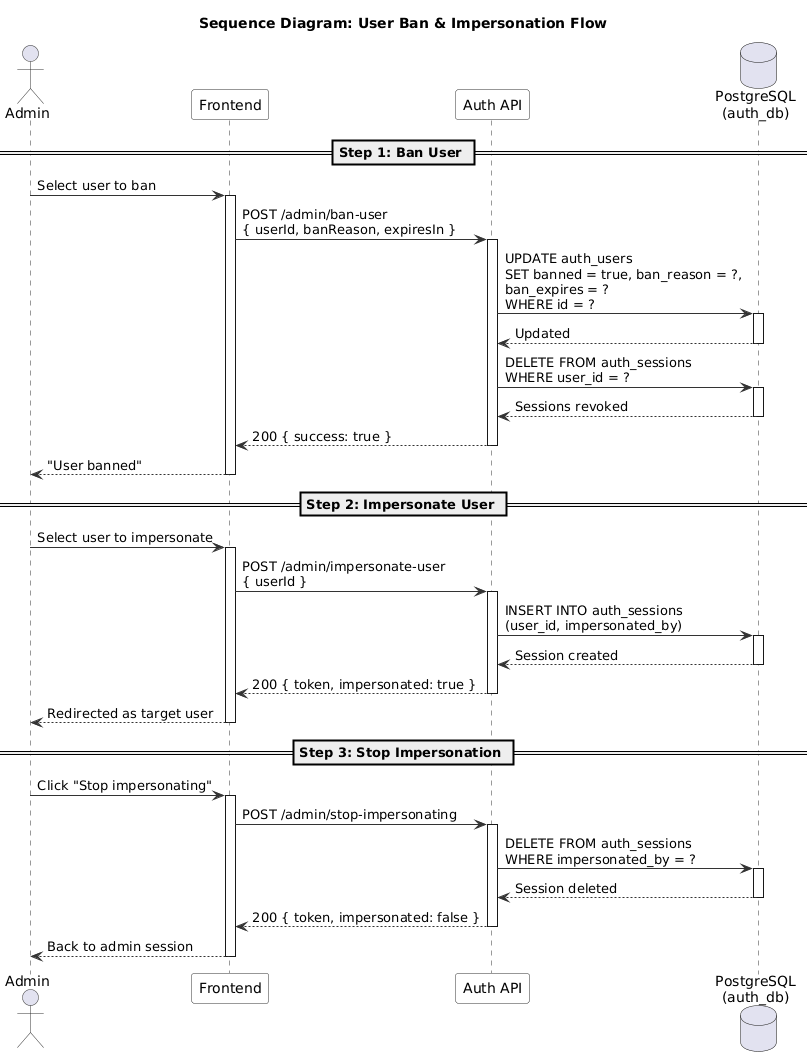
Earlier version of the PlantUML export modules/auth/images/sequence/ban-impersonate-sequence.png (namnh240795/document). Source of this version:
```plantuml
@startuml

skinparam sequence {
  ArrowColor #333333
  ActorBorderColor #333333
  LifeLineBorderColor #333333
  ParticipantBackgroundColor #F8F8F8
  ParticipantBorderColor #333333
}

title Sequence Diagram: User Ban & Impersonation Flow

actor Admin
participant "Frontend" as FE
participant "Auth API" as API
database "PostgreSQL\n(auth_db)" as DB

== Step 1: Ban User ==

Admin -> FE : Select user to ban
activate FE

FE -> API : POST /admin/ban-user\n{ userId, banReason, expiresIn }
activate API

API -> DB : UPDATE auth_users\nSET banned = true, ban_reason = ?,\nban_expires = ?\nWHERE id = ?
activate DB
DB --> API : Updated
deactivate DB

API -> DB : DELETE FROM auth_sessions\nWHERE user_id = ?
activate DB
DB --> API : Sessions revoked
deactivate DB

API --> FE : 200 { success: true }
deactivate API

FE --> Admin : "User banned"
deactivate FE

== Step 2: Impersonate User ==

Admin -> FE : Select user to impersonate
activate FE

FE -> API : POST /admin/impersonate-user\n{ userId }
activate API

API -> DB : INSERT INTO auth_sessions\n(user_id, impersonated_by)
activate DB
DB --> API : Session created
deactivate DB

API --> FE : 200 { token, impersonated: true }
deactivate API

FE --> Admin : Redirected as target user
deactivate FE

== Step 3: Stop Impersonation ==

Admin -> FE : Click "Stop impersonating"
activate FE

FE -> API : POST /admin/stop-impersonating
activate API

API -> DB : DELETE FROM auth_sessions\nWHERE impersonated_by = ?
activate DB
DB --> API : Session deleted
deactivate DB

API --> FE : 200 { token, impersonated: false }
deactivate API

FE --> Admin : Back to admin session
deactivate FE

@enduml
```
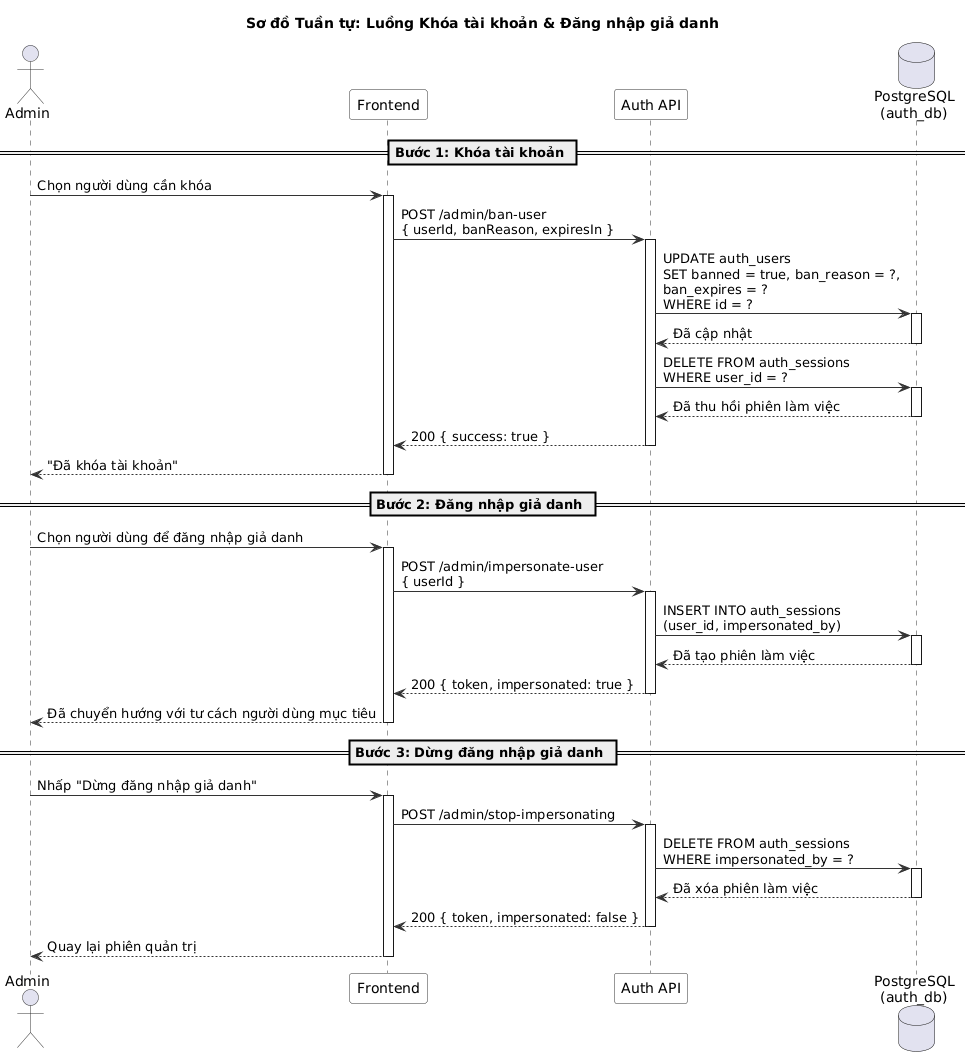
After the change.

The edit, as a diff of the source:
```diff
@@ -8,16 +8,16 @@
   ParticipantBorderColor #333333
 }
 
-title Sequence Diagram: User Ban & Impersonation Flow
+title Sơ đồ Tuần tự: Luồng Khóa tài khoản & Đăng nhập giả danh
 
 actor Admin
 participant "Frontend" as FE
 participant "Auth API" as API
 database "PostgreSQL\n(auth_db)" as DB
 
-== Step 1: Ban User ==
+== Bước 1: Khóa tài khoản ==
 
-Admin -> FE : Select user to ban
+Admin -> FE : Chọn người dùng cần khóa
 activate FE
 
 FE -> API : POST /admin/ban-user\n{ userId, banReason, expiresIn }
@@ -25,23 +25,23 @@
 
 API -> DB : UPDATE auth_users\nSET banned = true, ban_reason = ?,\nban_expires = ?\nWHERE id = ?
 activate DB
-DB --> API : Updated
+DB --> API : Đã cập nhật
 deactivate DB
 
 API -> DB : DELETE FROM auth_sessions\nWHERE user_id = ?
 activate DB
-DB --> API : Sessions revoked
+DB --> API : Đã thu hồi phiên làm việc
 deactivate DB
 
 API --> FE : 200 { success: true }
 deactivate API
 
-FE --> Admin : "User banned"
+FE --> Admin : "Đã khóa tài khoản"
 deactivate FE
 
-== Step 2: Impersonate User ==
+== Bước 2: Đăng nhập giả danh ==
 
-Admin -> FE : Select user to impersonate
+Admin -> FE : Chọn người dùng để đăng nhập giả danh
 activate FE
 
 FE -> API : POST /admin/impersonate-user\n{ userId }
@@ -49,18 +49,18 @@
 
 API -> DB : INSERT INTO auth_sessions\n(user_id, impersonated_by)
 activate DB
-DB --> API : Session created
+DB --> API : Đã tạo phiên làm việc
 deactivate DB
 
 API --> FE : 200 { token, impersonated: true }
 deactivate API
 
-FE --> Admin : Redirected as target user
+FE --> Admin : Đã chuyển hướng với tư cách người dùng mục tiêu
 deactivate FE
 
-== Step 3: Stop Impersonation ==
+== Bước 3: Dừng đăng nhập giả danh ==
 
-Admin -> FE : Click "Stop impersonating"
+Admin -> FE : Nhấp "Dừng đăng nhập giả danh"
 activate FE
 
 FE -> API : POST /admin/stop-impersonating
@@ -68,13 +68,13 @@
 
 API -> DB : DELETE FROM auth_sessions\nWHERE impersonated_by = ?
 activate DB
-DB --> API : Session deleted
+DB --> API : Đã xóa phiên làm việc
 deactivate DB
 
 API --> FE : 200 { token, impersonated: false }
 deactivate API
 
-FE --> Admin : Back to admin session
+FE --> Admin : Quay lại phiên quản trị
 deactivate FE
 
 @enduml
```
